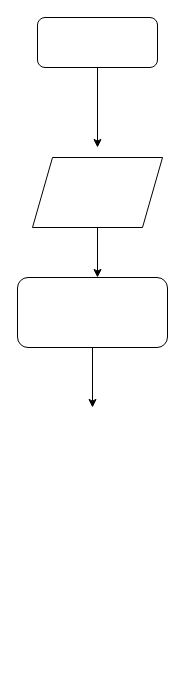
The draw.io diagram diagrama.drawio in vxlentxxx/AreaPerimetroCirculo, before the edit. Source tidied: cells renumbered, new cells numbered last; positions are measured from the earlier drawing's top-left corner, leaving out a move shared by most shapes. Both pictures are drawn from the tidied source at 100%, with x=0, y=0 at pixel (17, 17).
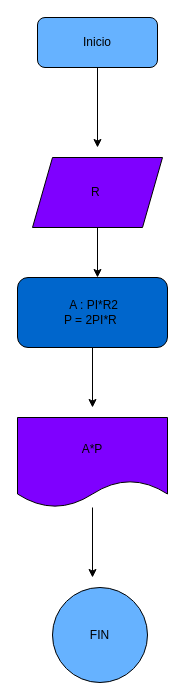
The same page after the edit.

Commit message (it also covers changes not shown here):
se realizo diseño y programa en python

Diff of the diagram source:
```diff
@@
 <mxGraphModel>
   <root>
     <mxCell id="0" />
     <mxCell id="1" parent="0" />
     <mxCell id="2" style="edgeStyle=none;html=1;" parent="1" edge="1" source="3">
       <mxGeometry relative="1" as="geometry">
         <mxPoint x="80" y="130" as="targetPoint" />
       </mxGeometry>
     </mxCell>
-    <mxCell id="3" style="rounded=1;whiteSpace=wrap;html=1;" parent="1" vertex="1">
+    <mxCell id="3" value="Inicio" style="rounded=1;whiteSpace=wrap;html=1;fillColor=#66B2FF;" parent="1" vertex="1">
       <mxGeometry x="20" width="120" height="50" as="geometry" />
     </mxCell>
     <mxCell id="4" style="edgeStyle=none;html=1;" parent="1" edge="1" source="5">
       <mxGeometry relative="1" as="geometry">
         <mxPoint x="80" y="260" as="targetPoint" />
       </mxGeometry>
     </mxCell>
-    <mxCell id="5" style="shape=parallelogram;perimeter=parallelogramPerimeter;whiteSpace=wrap;html=1;fixedSize=1;" parent="1" vertex="1">
+    <mxCell id="5" value="R&amp;nbsp;" style="shape=parallelogram;perimeter=parallelogramPerimeter;whiteSpace=wrap;html=1;fixedSize=1;fillColor=#7F00FF;" parent="1" vertex="1">
       <mxGeometry x="15" y="140" width="130" height="70" as="geometry" />
     </mxCell>
     <mxCell id="6" style="edgeStyle=none;html=1;" parent="1" edge="1" source="7">
       <mxGeometry relative="1" as="geometry">
         <mxPoint x="75" y="390" as="targetPoint" />
       </mxGeometry>
     </mxCell>
-    <mxCell id="7" style="rounded=1;whiteSpace=wrap;html=1;" parent="1" vertex="1">
+    <mxCell id="7" value="&amp;nbsp;A : PI*R2&lt;br&gt;P = 2PI*R&amp;nbsp;" style="rounded=1;whiteSpace=wrap;html=1;fillColor=#0066CC;" parent="1" vertex="1">
       <mxGeometry y="260" width="150" height="70" as="geometry" />
     </mxCell>
+    <mxCell id="8" style="edgeStyle=none;html=1;" parent="1" edge="1" source="9">
+      <mxGeometry relative="1" as="geometry">
+        <mxPoint x="75" y="560" as="targetPoint" />
+      </mxGeometry>
+    </mxCell>
+    <mxCell id="9" value="A*P" style="shape=document;whiteSpace=wrap;html=1;boundedLbl=1;fillColor=#7F00FF;" parent="1" vertex="1">
+      <mxGeometry y="400" width="150" height="90" as="geometry" />
+    </mxCell>
+    <mxCell id="10" value="FIN" style="ellipse;whiteSpace=wrap;html=1;fillColor=#66B2FF;" parent="1" vertex="1">
+      <mxGeometry x="35" y="570" width="95" height="95" as="geometry" />
+    </mxCell>
   </root>
 </mxGraphModel>
```
